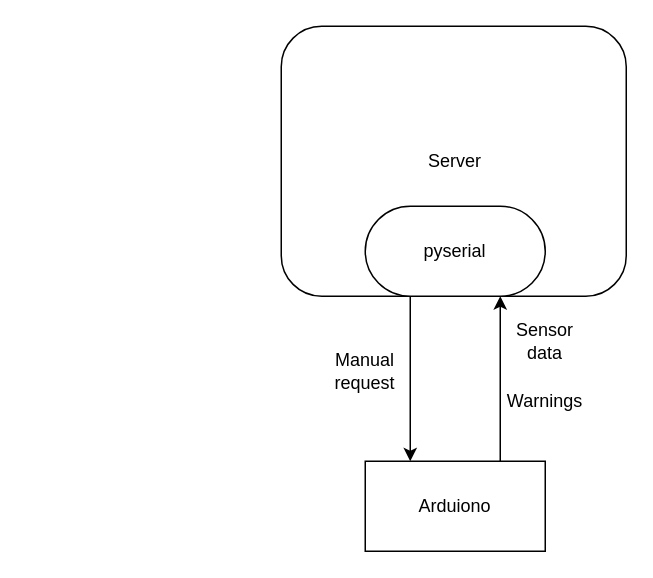
The draw.io diagram Untitled Diagram.drawio in LloydM8082/ArduinoSensor, before the edit. Source tidied: cells renumbered, new cells numbered last; positions are measured from the earlier drawing's top-left corner, leaving out a move shared by most shapes. Both pictures are drawn from the tidied source at 150%, with x=0, y=0 at pixel (280, 26).
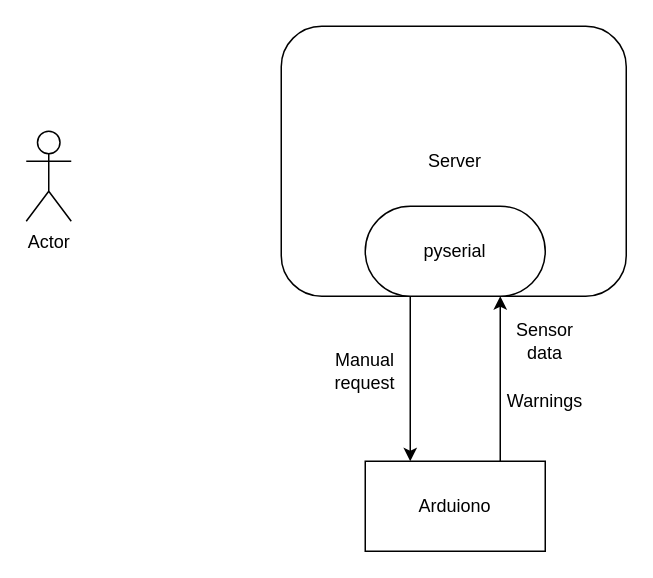
The same page after the edit.

Diff of the diagram source:
```diff
@@
 <mxGraphModel>
   <root>
     <mxCell id="0" />
     <mxCell id="1" parent="0" />
     <mxCell id="2" style="rounded=1;whiteSpace=wrap;html=1;" parent="1" vertex="1">
       <mxGeometry width="230" height="180" as="geometry" />
     </mxCell>
     <mxCell id="3" style="edgeStyle=orthogonalEdgeStyle;rounded=0;jettySize=auto;html=1;exitX=0.75;exitY=0;exitDx=0;exitDy=0;entryX=0.75;entryY=1;entryDx=0;entryDy=0;" parent="1" edge="1" source="4" target="6">
       <mxGeometry relative="1" as="geometry" />
     </mxCell>
     <mxCell id="4" style="rounded=0;whiteSpace=wrap;html=1;" parent="1" vertex="1">
       <mxGeometry x="56" y="290" width="120" height="60" as="geometry" />
     </mxCell>
     <mxCell id="5" style="edgeStyle=orthogonalEdgeStyle;rounded=0;jettySize=auto;html=1;exitX=0.25;exitY=1;exitDx=0;exitDy=0;entryX=0.25;entryY=0;entryDx=0;entryDy=0;" parent="1" edge="1" source="6" target="4">
       <mxGeometry relative="1" as="geometry" />
     </mxCell>
     <mxCell id="6" style="rounded=1;whiteSpace=wrap;html=1;arcSize=50;" parent="1" vertex="1">
       <mxGeometry x="56" y="120" width="120" height="60" as="geometry" />
     </mxCell>
     <mxCell id="7" value="Arduiono&lt;br&gt;" style="text;html=1;strokeColor=none;fillColor=none;align=center;verticalAlign=middle;whiteSpace=wrap;rounded=0;" parent="1" vertex="1">
       <mxGeometry x="96" y="310" width="40" height="20" as="geometry" />
     </mxCell>
     <mxCell id="8" value="pyserial" style="text;html=1;strokeColor=none;fillColor=none;align=center;verticalAlign=middle;whiteSpace=wrap;rounded=0;" parent="1" vertex="1">
       <mxGeometry x="96" y="140" width="40" height="20" as="geometry" />
     </mxCell>
     <mxCell id="9" value="Manual request&lt;br&gt;" style="text;html=1;strokeColor=none;fillColor=none;align=center;verticalAlign=middle;whiteSpace=wrap;rounded=0;" parent="1" vertex="1">
       <mxGeometry x="36" y="220" width="40" height="20" as="geometry" />
     </mxCell>
     <mxCell id="10" value="Sensor data&lt;br&gt;" style="text;html=1;strokeColor=none;fillColor=none;align=center;verticalAlign=middle;whiteSpace=wrap;rounded=0;" parent="1" vertex="1">
       <mxGeometry x="156" y="200" width="40" height="20" as="geometry" />
     </mxCell>
     <mxCell id="11" value="Warnings&lt;br&gt;" style="text;html=1;strokeColor=none;fillColor=none;align=center;verticalAlign=middle;whiteSpace=wrap;rounded=0;" parent="1" vertex="1">
       <mxGeometry x="156" y="240" width="40" height="20" as="geometry" />
     </mxCell>
     <mxCell id="12" value="Server&lt;br&gt;" style="text;html=1;strokeColor=none;fillColor=none;align=center;verticalAlign=middle;whiteSpace=wrap;rounded=0;" parent="1" vertex="1">
       <mxGeometry x="96" y="80" width="40" height="20" as="geometry" />
     </mxCell>
+    <mxCell id="13" value="Actor" style="shape=umlActor;verticalLabelPosition=bottom;labelBackgroundColor=#ffffff;verticalAlign=top;html=1;" parent="1" vertex="1">
+      <mxGeometry x="-170" y="70" width="30" height="60" as="geometry" />
+    </mxCell>
   </root>
 </mxGraphModel>
```
